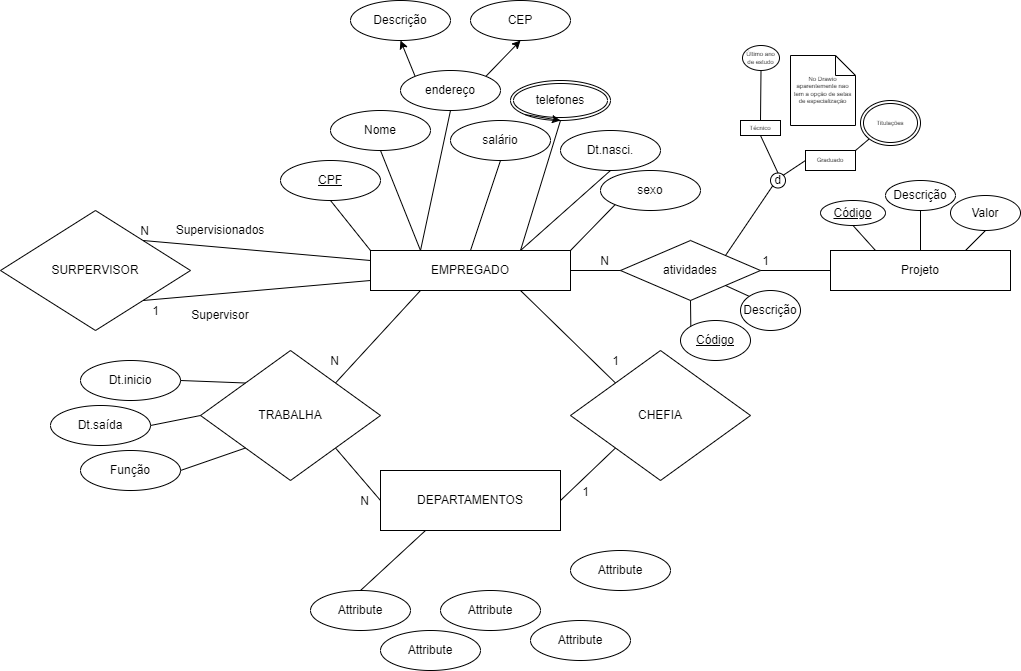
Above: murilo EmpresaSorriso.drawio.png in MurilohfMota/Diagramas (draw.io), before the change. Source tidied: cells renumbered, new cells last; positions are measured from the earlier drawing's top-left corner, leaving out a move shared by most shapes.
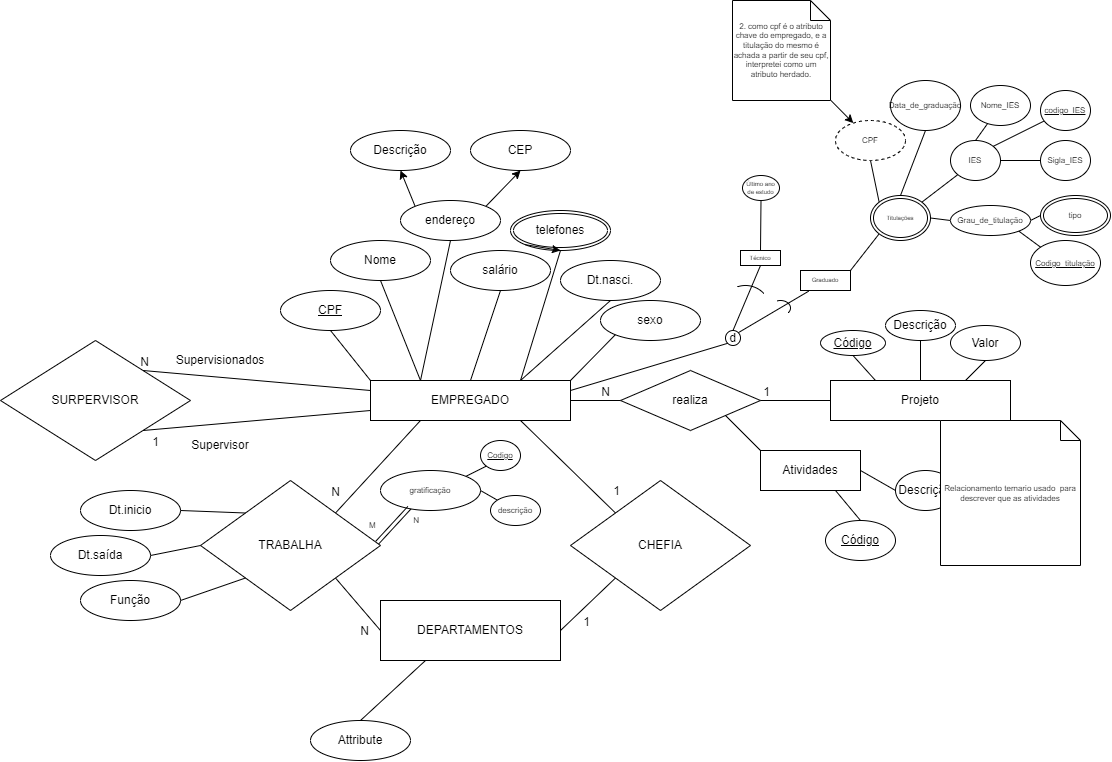
After the change.

Commit message:
finalizado sorriso

Diff of the diagram source:
```diff
@@ -146,18 +146,6 @@
     <mxCell id="45" style="endArrow=none;html=1;rounded=0;exitX=0.5;exitY=0;exitDx=0;exitDy=0;entryX=0.25;entryY=1;entryDx=0;entryDy=0;" parent="1" edge="1" source="44" target="30">
       <mxGeometry relative="1" as="geometry" />
     </mxCell>
-    <mxCell id="46" value="Attribute" style="ellipse;whiteSpace=wrap;html=1;align=center;" parent="1" vertex="1">
-      <mxGeometry x="380" y="630" width="100" height="40" as="geometry" />
-    </mxCell>
-    <mxCell id="47" value="Attribute" style="ellipse;whiteSpace=wrap;html=1;align=center;" parent="1" vertex="1">
-      <mxGeometry x="440" y="590" width="100" height="40" as="geometry" />
-    </mxCell>
-    <mxCell id="48" value="Attribute" style="ellipse;whiteSpace=wrap;html=1;align=center;" parent="1" vertex="1">
-      <mxGeometry x="530" y="620" width="100" height="40" as="geometry" />
-    </mxCell>
-    <mxCell id="49" value="Attribute" style="ellipse;whiteSpace=wrap;html=1;align=center;" parent="1" vertex="1">
-      <mxGeometry x="570" y="550" width="100" height="40" as="geometry" />
-    </mxCell>
     <mxCell id="50" value="Descrição" style="ellipse;whiteSpace=wrap;html=1;align=center;" parent="1" vertex="1">
       <mxGeometry x="350" width="100" height="40" as="geometry" />
     </mxCell>
@@ -185,7 +173,7 @@
     <mxCell id="58" style="endArrow=none;html=1;rounded=0;exitX=0.75;exitY=0;exitDx=0;exitDy=0;entryX=0.5;entryY=1;entryDx=0;entryDy=0;" parent="1" edge="1" source="52" target="55">
       <mxGeometry relative="1" as="geometry" />
     </mxCell>
-    <mxCell id="59" value="atividades" style="shape=rhombus;perimeter=rhombusPerimeter;whiteSpace=wrap;html=1;align=center;" parent="1" vertex="1">
+    <mxCell id="59" value="realiza" style="shape=rhombus;perimeter=rhombusPerimeter;whiteSpace=wrap;html=1;align=center;" parent="1" vertex="1">
       <mxGeometry x="620" y="240" width="140" height="60" as="geometry" />
     </mxCell>
     <mxCell id="60" style="endArrow=none;html=1;rounded=0;exitX=1;exitY=0.5;exitDx=0;exitDy=0;entryX=0;entryY=0.5;entryDx=0;entryDy=0;" parent="1" edge="1" source="2" target="59">
@@ -205,21 +193,15 @@
       </mxGeometry>
     </mxCell>
     <mxCell id="64" value="Descrição" style="ellipse;whiteSpace=wrap;html=1;align=center;" parent="1" vertex="1">
-      <mxGeometry x="740" y="290" width="60" height="40" as="geometry" />
+      <mxGeometry x="895" y="340" width="60" height="40" as="geometry" />
     </mxCell>
     <mxCell id="65" value="Código" style="ellipse;whiteSpace=wrap;html=1;align=center;fontStyle=4;" parent="1" vertex="1">
-      <mxGeometry x="680" y="320" width="70" height="40" as="geometry" />
+      <mxGeometry x="825" y="390" width="70" height="40" as="geometry" />
     </mxCell>
-    <mxCell id="66" style="endArrow=none;html=1;rounded=0;exitX=0;exitY=0;exitDx=0;exitDy=0;entryX=0.5;entryY=1;entryDx=0;entryDy=0;" parent="1" edge="1" source="65" target="59">
-      <mxGeometry relative="1" as="geometry" />
-    </mxCell>
-    <mxCell id="67" style="endArrow=none;html=1;rounded=0;entryX=0;entryY=0;entryDx=0;entryDy=0;exitX=1;exitY=1;exitDx=0;exitDy=0;" parent="1" edge="1" source="59" target="64">
-      <mxGeometry relative="1" as="geometry" />
-    </mxCell>
     <mxCell id="68" value="d" style="ellipse;whiteSpace=wrap;html=1;" parent="1" vertex="1">
-      <mxGeometry x="770" y="172.5" width="15" height="15" as="geometry" />
+      <mxGeometry x="725" y="200" width="15" height="15" as="geometry" />
     </mxCell>
-    <mxCell id="69" style="endArrow=none;html=1;rounded=0;exitX=1;exitY=0;exitDx=0;exitDy=0;entryX=0;entryY=1;entryDx=0;entryDy=0;" parent="1" edge="1" source="59" target="68">
+    <mxCell id="69" style="endArrow=none;html=1;rounded=0;exitX=1;exitY=0.25;exitDx=0;exitDy=0;entryX=0;entryY=1;entryDx=0;entryDy=0;" parent="1" edge="1" source="2" target="68">
       <mxGeometry relative="1" as="geometry" />
     </mxCell>
     <mxCell id="70" value="Técnico" style="whiteSpace=wrap;html=1;align=center;fontSize=6;" parent="1" vertex="1">
@@ -228,16 +210,10 @@
     <mxCell id="71" style="endArrow=none;html=1;rounded=0;fontSize=6;entryX=0.5;entryY=0;entryDx=0;entryDy=0;exitX=0.5;exitY=1;exitDx=0;exitDy=0;" parent="1" edge="1" source="70" target="68">
       <mxGeometry relative="1" as="geometry" />
     </mxCell>
-    <mxCell id="72" style="endArrow=none;html=1;rounded=0;fontSize=6;exitX=0.5;exitY=0;exitDx=0;exitDy=0;entryX=0.5;entryY=1;entryDx=0;entryDy=0;" parent="1" edge="1" source="70" target="77">
-      <mxGeometry relative="1" as="geometry" />
-    </mxCell>
-    <mxCell id="73" value="No Drawio aparentemente nao tem a opção de setas de especialização" style="shape=note;size=20;whiteSpace=wrap;html=1;fontSize=6;" parent="1" vertex="1">
-      <mxGeometry x="790" y="55" width="65" height="70" as="geometry" />
-    </mxCell>
     <mxCell id="74" value="Graduado" style="whiteSpace=wrap;html=1;align=center;fontSize=6;" parent="1" vertex="1">
-      <mxGeometry x="805" y="150" width="50" height="20" as="geometry" />
+      <mxGeometry x="800" y="140" width="50" height="20" as="geometry" />
     </mxCell>
-    <mxCell id="75" style="endArrow=none;html=1;rounded=0;fontSize=6;exitX=1;exitY=0;exitDx=0;exitDy=0;entryX=0;entryY=0.5;entryDx=0;entryDy=0;" parent="1" edge="1" source="68" target="74">
+    <mxCell id="75" style="endArrow=none;html=1;rounded=0;fontSize=6;exitX=1;exitY=0;exitDx=0;exitDy=0;entryX=0.164;entryY=1.033;entryDx=0;entryDy=0;entryPerimeter=0;" parent="1" edge="1" source="68" target="74">
       <mxGeometry relative="1" as="geometry" />
     </mxCell>
     <mxCell id="76" style="endArrow=none;html=1;rounded=0;fontSize=6;exitX=1;exitY=0;exitDx=0;exitDy=0;entryX=0;entryY=1;entryDx=0;entryDy=0;" parent="1" edge="1" source="74" target="78">
@@ -247,7 +223,121 @@
       <mxGeometry x="742" y="45" width="37" height="25" as="geometry" />
     </mxCell>
     <mxCell id="78" value="Titulações" style="ellipse;shape=doubleEllipse;margin=3;whiteSpace=wrap;html=1;align=center;fontSize=6;" parent="1" vertex="1">
-      <mxGeometry x="860" y="100" width="60" height="45" as="geometry" />
+      <mxGeometry x="870" y="65" width="60" height="45" as="geometry" />
     </mxCell>
+    <mxCell id="79" style="verticalLabelPosition=bottom;verticalAlign=top;html=1;shape=mxgraph.basic.arc;startAngle=0.939735807053342;endAngle=0.3620740233686989;" parent="1" vertex="1">
+      <mxGeometry x="770" y="170" width="20" height="15" as="geometry" />
+    </mxCell>
+    <mxCell id="80" style="verticalLabelPosition=bottom;verticalAlign=top;html=1;shape=mxgraph.basic.arc;startAngle=0.9478387966043179;endAngle=0.13080599764919634;" parent="1" vertex="1">
+      <mxGeometry x="720" y="155" width="50" height="50" as="geometry" />
+    </mxCell>
+    <mxCell id="72" style="endArrow=none;html=1;rounded=0;fontSize=6;exitX=0.5;exitY=0;exitDx=0;exitDy=0;entryX=0.5;entryY=1;entryDx=0;entryDy=0;" parent="1" edge="1" source="70" target="77">
+      <mxGeometry relative="1" as="geometry" />
+    </mxCell>
+    <mxCell id="81" value="Atividades" style="whiteSpace=wrap;html=1;align=center;" parent="1" vertex="1">
+      <mxGeometry x="760" y="320" width="100" height="40" as="geometry" />
+    </mxCell>
+    <mxCell id="82" style="endArrow=none;html=1;rounded=0;exitX=1;exitY=1;exitDx=0;exitDy=0;entryX=0;entryY=0;entryDx=0;entryDy=0;" parent="1" edge="1" source="59" target="81">
+      <mxGeometry relative="1" as="geometry" />
+    </mxCell>
+    <mxCell id="83" style="endArrow=none;html=1;rounded=0;entryX=0.5;entryY=0;entryDx=0;entryDy=0;exitX=0.75;exitY=1;exitDx=0;exitDy=0;" parent="1" edge="1" source="81" target="65">
+      <mxGeometry relative="1" as="geometry" />
+    </mxCell>
+    <mxCell id="84" style="endArrow=none;html=1;rounded=0;entryX=0;entryY=0.5;entryDx=0;entryDy=0;exitX=1;exitY=0.5;exitDx=0;exitDy=0;" parent="1" edge="1" source="81" target="64">
+      <mxGeometry relative="1" as="geometry" />
+    </mxCell>
+    <mxCell id="85" style="endArrow=none;html=1;rounded=0;entryX=0;entryY=0;entryDx=0;entryDy=0;" parent="1" edge="1" target="78">
+      <mxGeometry relative="1" as="geometry">
+        <mxPoint x="870" y="30" as="sourcePoint" />
+      </mxGeometry>
+    </mxCell>
+    <mxCell id="86" value="Data_de_graduação" style="ellipse;whiteSpace=wrap;html=1;align=center;fontSize=8;" parent="1" vertex="1">
+      <mxGeometry x="890" y="-50" width="70" height="50" as="geometry" />
+    </mxCell>
+    <mxCell id="87" style="endArrow=none;html=1;rounded=0;fontSize=8;exitX=0.5;exitY=0;exitDx=0;exitDy=0;entryX=0.5;entryY=1;entryDx=0;entryDy=0;" parent="1" edge="1" source="78" target="86">
+      <mxGeometry relative="1" as="geometry" />
+    </mxCell>
+    <mxCell id="88" value="CPF" style="ellipse;whiteSpace=wrap;html=1;align=center;dashed=1;fontSize=8;" parent="1" vertex="1">
+      <mxGeometry x="835" y="-10" width="70" height="40" as="geometry" />
+    </mxCell>
+    <mxCell id="89" style="endArrow=none;html=1;rounded=0;fontSize=8;exitX=1;exitY=0;exitDx=0;exitDy=0;entryX=0;entryY=1;entryDx=0;entryDy=0;" parent="1" edge="1" source="78" target="90">
+      <mxGeometry relative="1" as="geometry" />
+    </mxCell>
+    <mxCell id="90" value="IES" style="ellipse;whiteSpace=wrap;html=1;align=center;fontSize=8;" parent="1" vertex="1">
+      <mxGeometry x="950" y="10" width="50" height="40" as="geometry" />
+    </mxCell>
+    <mxCell id="91" style="endArrow=none;html=1;rounded=0;fontSize=8;exitX=0.5;exitY=0;exitDx=0;exitDy=0;" parent="1" edge="1" source="90" target="92">
+      <mxGeometry relative="1" as="geometry" />
+    </mxCell>
+    <mxCell id="92" value="Nome_IES" style="ellipse;whiteSpace=wrap;html=1;align=center;fontSize=8;" parent="1" vertex="1">
+      <mxGeometry x="970" y="-45" width="60" height="40" as="geometry" />
+    </mxCell>
+    <mxCell id="93" style="endArrow=none;html=1;rounded=0;fontSize=8;exitX=1;exitY=0;exitDx=0;exitDy=0;" parent="1" edge="1" source="90" target="94">
+      <mxGeometry relative="1" as="geometry" />
+    </mxCell>
+    <mxCell id="94" value="codigo_IES" style="ellipse;whiteSpace=wrap;html=1;align=center;fontStyle=4;fontSize=8;" parent="1" vertex="1">
+      <mxGeometry x="1040" y="-40" width="50" height="40" as="geometry" />
+    </mxCell>
+    <mxCell id="95" style="endArrow=none;html=1;rounded=0;fontSize=8;exitX=1;exitY=0.5;exitDx=0;exitDy=0;" parent="1" edge="1" source="90" target="96">
+      <mxGeometry relative="1" as="geometry" />
+    </mxCell>
+    <mxCell id="96" value="Sigla_IES" style="ellipse;whiteSpace=wrap;html=1;align=center;fontSize=8;" parent="1" vertex="1">
+      <mxGeometry x="1040" y="10" width="50" height="40" as="geometry" />
+    </mxCell>
+    <mxCell id="97" value="Grau_de_titulação" style="ellipse;whiteSpace=wrap;html=1;align=center;fontSize=8;" parent="1" vertex="1">
+      <mxGeometry x="950" y="75" width="80" height="30" as="geometry" />
+    </mxCell>
+    <mxCell id="98" style="endArrow=none;html=1;rounded=0;fontSize=8;exitX=1;exitY=0.5;exitDx=0;exitDy=0;entryX=0;entryY=0.5;entryDx=0;entryDy=0;" parent="1" edge="1" source="78" target="97">
+      <mxGeometry relative="1" as="geometry" />
+    </mxCell>
+    <mxCell id="99" value="tipo" style="ellipse;shape=doubleEllipse;margin=3;whiteSpace=wrap;html=1;align=center;fontSize=8;" parent="1" vertex="1">
+      <mxGeometry x="1040" y="65" width="70" height="40" as="geometry" />
+    </mxCell>
+    <mxCell id="100" style="endArrow=none;html=1;rounded=0;fontSize=8;entryX=0;entryY=0.5;entryDx=0;entryDy=0;exitX=1;exitY=0.5;exitDx=0;exitDy=0;" parent="1" edge="1" source="97" target="99">
+      <mxGeometry relative="1" as="geometry" />
+    </mxCell>
+    <mxCell id="101" value="Codigo_titulação" style="ellipse;whiteSpace=wrap;html=1;align=center;fontStyle=4;fontSize=8;" parent="1" vertex="1">
+      <mxGeometry x="1030" y="110" width="70" height="45" as="geometry" />
+    </mxCell>
+    <mxCell id="102" style="endArrow=none;html=1;rounded=0;fontSize=8;entryX=0;entryY=0;entryDx=0;entryDy=0;exitX=1;exitY=1;exitDx=0;exitDy=0;" parent="1" edge="1" source="97" target="101">
+      <mxGeometry relative="1" as="geometry" />
+    </mxCell>
+    <mxCell id="103" style="edgeStyle=none;html=1;fontSize=8;" parent="1" edge="1" source="104" target="88">
+      <mxGeometry relative="1" as="geometry" />
+    </mxCell>
+    <mxCell id="104" value="2. como cpf é o atributo chave do empregado, e a titulação do mesmo é achada a partir de seu cpf, interpretei como um atributo herdado." style="shape=note;size=20;whiteSpace=wrap;html=1;fontSize=8;" parent="1" vertex="1">
+      <mxGeometry x="732" y="-130" width="98" height="100" as="geometry" />
+    </mxCell>
+    <mxCell id="105" value="Relacionamento ternario usado&amp;nbsp; para descrever que as atividades" style="shape=note;size=20;whiteSpace=wrap;html=1;fontSize=8;" parent="1" vertex="1">
+      <mxGeometry x="940" y="290" width="140" height="145" as="geometry" />
+    </mxCell>
+    <mxCell id="106" value="gratificação" style="ellipse;whiteSpace=wrap;html=1;align=center;fontSize=8;" parent="1" vertex="1">
+      <mxGeometry x="380" y="340" width="100" height="40" as="geometry" />
+    </mxCell>
+    <mxCell id="107" style="shape=link;html=1;rounded=0;fontSize=8;exitX=0.981;exitY=0.479;exitDx=0;exitDy=0;entryX=0.288;entryY=0.933;entryDx=0;entryDy=0;exitPerimeter=0;entryPerimeter=0;" parent="1" edge="1" source="27" target="106">
+      <mxGeometry relative="1" as="geometry" />
+    </mxCell>
+    <mxCell id="108" value="M" style="html=1;align=left;verticalAlign=bottom;fontSize=8;" parent="107" vertex="1">
+      <mxGeometry x="-1" relative="1" as="geometry">
+        <mxPoint x="-10" y="-10" as="offset" />
+      </mxGeometry>
+    </mxCell>
+    <mxCell id="109" value="N" style="html=1;align=right;verticalAlign=bottom;fontSize=8;" parent="107" vertex="1">
+      <mxGeometry x="1" relative="1" as="geometry">
+        <mxPoint x="10" y="20" as="offset" />
+      </mxGeometry>
+    </mxCell>
+    <mxCell id="110" value="Codigo" style="ellipse;whiteSpace=wrap;html=1;align=center;fontStyle=4;fontSize=8;" parent="1" vertex="1">
+      <mxGeometry x="480" y="310" width="40" height="30" as="geometry" />
+    </mxCell>
+    <mxCell id="111" style="endArrow=none;html=1;rounded=0;fontSize=8;entryX=0;entryY=1;entryDx=0;entryDy=0;exitX=1;exitY=0;exitDx=0;exitDy=0;" parent="1" edge="1" source="106" target="110">
+      <mxGeometry relative="1" as="geometry" />
+    </mxCell>
+    <mxCell id="112" style="endArrow=none;html=1;rounded=0;fontSize=8;exitX=1;exitY=0.5;exitDx=0;exitDy=0;" parent="1" edge="1" source="106" target="113">
+      <mxGeometry relative="1" as="geometry" />
+    </mxCell>
+    <mxCell id="113" value="descrição" style="ellipse;whiteSpace=wrap;html=1;align=center;fontSize=8;" parent="1" vertex="1">
+      <mxGeometry x="490" y="365" width="50" height="30" as="geometry" />
+    </mxCell>
   </root>
 </mxGraphModel>
```
